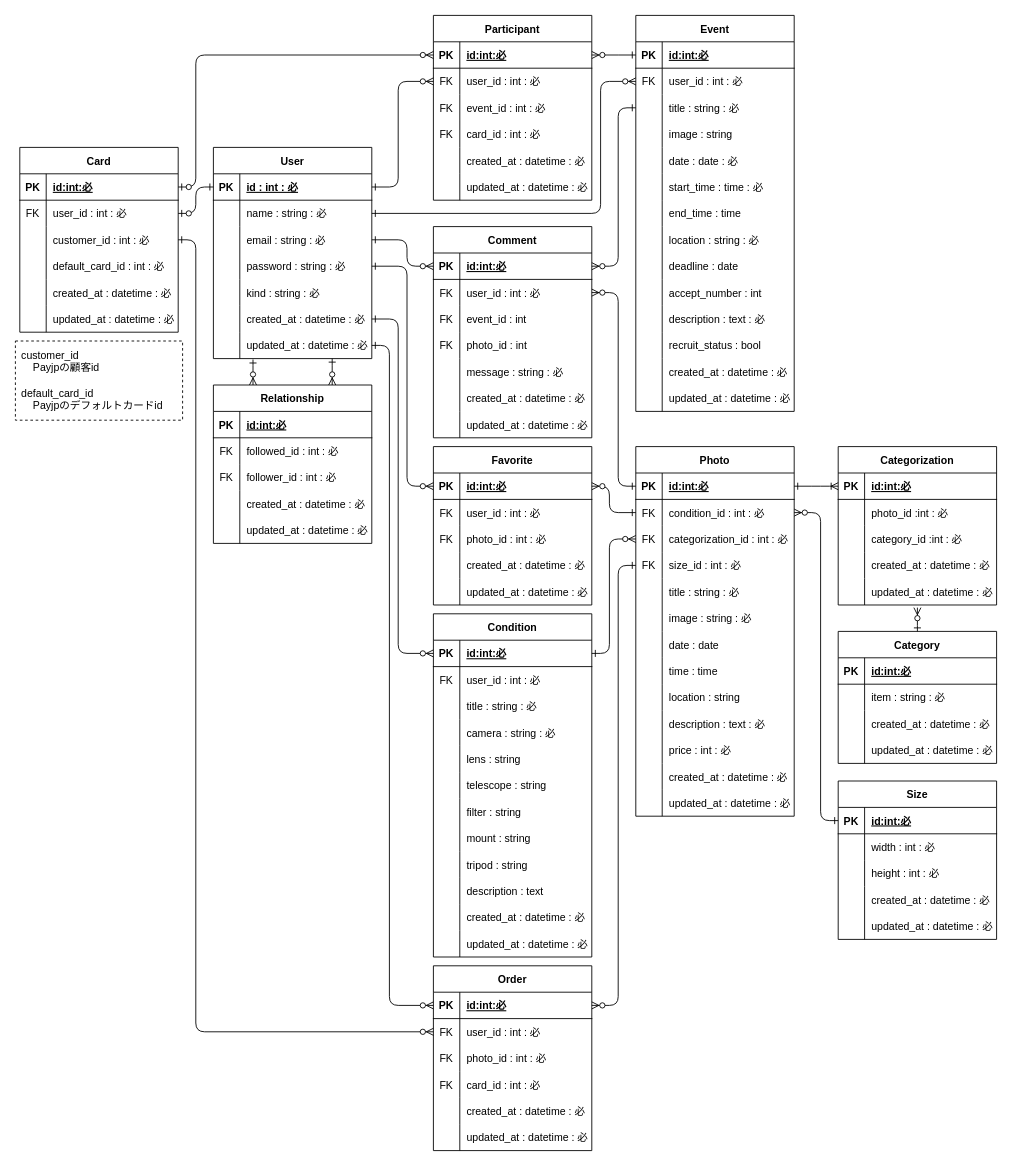
Before: outline/ERchart.drawio in UtaSuzuki/astrogram, a draw.io diagram. Source tidied: cells renumbered, new cells numbered last; positions are measured from the earlier drawing's top-left corner, leaving out a move shared by most shapes. Both pictures are drawn from the tidied source at 88%, with x=0, y=0 at pixel (15, 15).
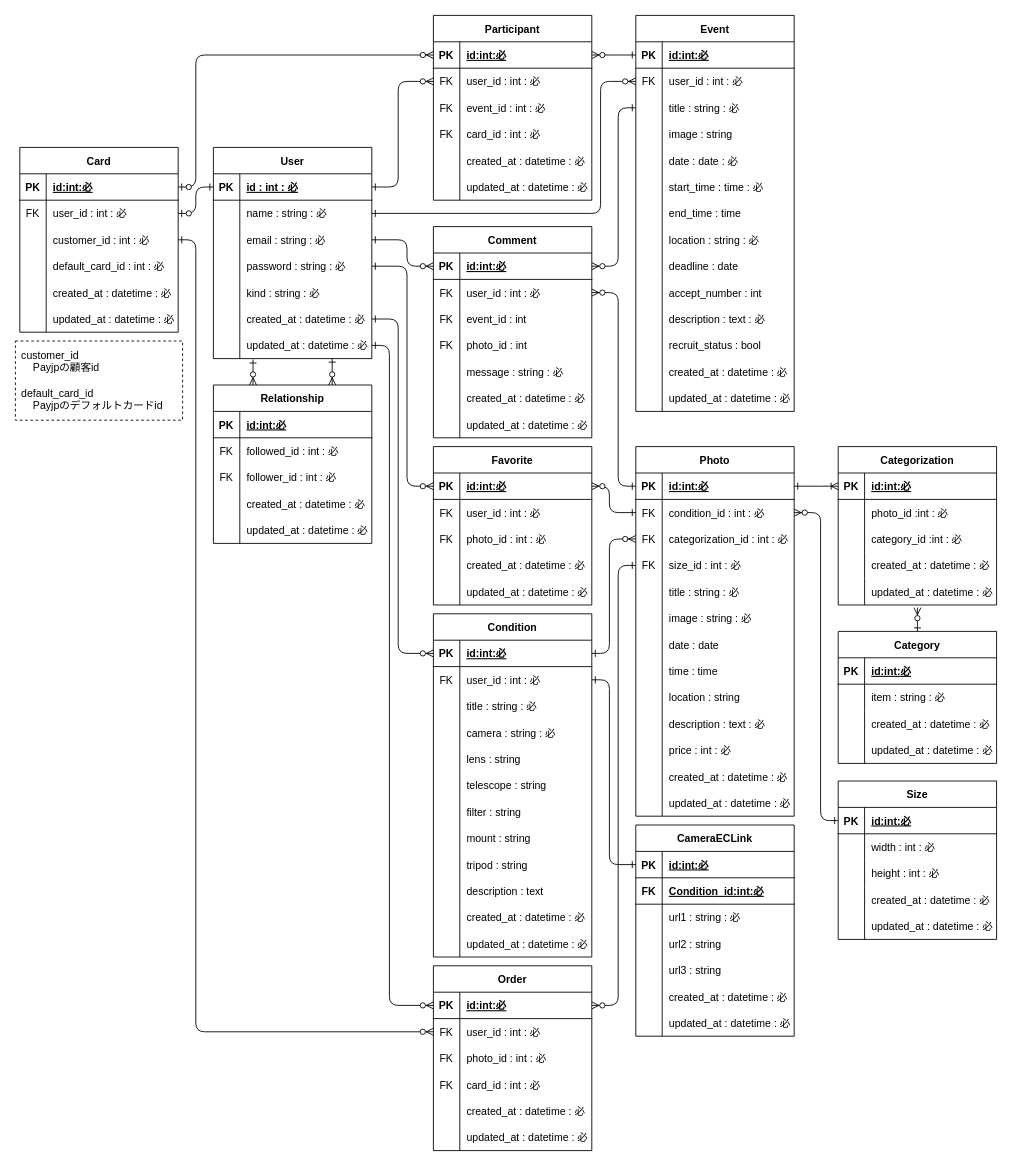
After the change.

The change refers to these unchanged cells:
```xml
<mxCell id="28" style="shape=partialRectangle;fillColor=none;top=0;left=0;bottom=0;right=0;points=[[0,0.5],[1,0.5]];portConstraint=eastwest;" parent="24" vertex="1">
  <mxGeometry y="60" width="180" height="30" as="geometry" />
</mxCell>
```

The edit, as a diff of the source:
```diff
@@
+    <mxCell id="321" value="CameraECLink" style="shape=table;startSize=30;childLayout=tableLayout;rowLines=0;fontStyle=1;align=center;" parent="1" vertex="1">
+      <mxGeometry x="705" y="920" width="180" height="240" as="geometry" />
+    </mxCell>
+    <mxCell id="322" style="shape=partialRectangle;fillColor=none;top=0;left=0;bottom=1;right=0;points=[[0,0.5],[1,0.5]];portConstraint=eastwest;" parent="321" vertex="1">
+      <mxGeometry y="30" width="180" height="30" as="geometry" />
+    </mxCell>
+    <mxCell id="323" value="PK" style="shape=partialRectangle;fillColor=none;top=0;left=0;bottom=0;right=0;fontStyle=1;overflow=hidden;" parent="322" vertex="1">
+      <mxGeometry width="30" height="30" as="geometry" />
+    </mxCell>
+    <mxCell id="324" value="id:int:必" style="shape=partialRectangle;fillColor=none;top=0;left=0;bottom=0;right=0;align=left;spacingLeft=6;fontStyle=5;overflow=hidden;" parent="322" vertex="1">
+      <mxGeometry x="30" width="150" height="30" as="geometry" />
+    </mxCell>
+    <mxCell id="325" style="shape=partialRectangle;fillColor=none;top=0;left=0;bottom=1;right=0;" parent="321" vertex="1">
+      <mxGeometry y="60" width="180" height="30" as="geometry" />
+    </mxCell>
+    <mxCell id="326" value="FK" style="shape=partialRectangle;fillColor=none;top=0;left=0;bottom=0;right=0;fontStyle=1;overflow=hidden;" parent="325" vertex="1">
+      <mxGeometry width="30" height="30" as="geometry" />
+    </mxCell>
+    <mxCell id="327" value="Condition_id:int:必" style="shape=partialRectangle;fillColor=none;top=0;left=0;bottom=0;right=0;align=left;spacingLeft=6;fontStyle=5;overflow=hidden;" parent="325" vertex="1">
+      <mxGeometry x="30" width="150" height="30" as="geometry" />
+    </mxCell>
+    <mxCell id="328" style="shape=partialRectangle;fillColor=none;top=0;left=0;bottom=0;right=0;" parent="321" vertex="1">
+      <mxGeometry y="90" width="180" height="30" as="geometry" />
+    </mxCell>
+    <mxCell id="329" style="shape=partialRectangle;fillColor=none;top=0;left=0;bottom=0;right=0;overflow=hidden;" parent="328" vertex="1">
+      <mxGeometry width="30" height="30" as="geometry" />
+    </mxCell>
+    <mxCell id="330" value="url1 : string : 必" style="shape=partialRectangle;fillColor=none;top=0;left=0;bottom=0;right=0;align=left;spacingLeft=6;overflow=hidden;" parent="328" vertex="1">
+      <mxGeometry x="30" width="150" height="30" as="geometry" />
+    </mxCell>
+    <mxCell id="331" style="shape=partialRectangle;fillColor=none;top=0;left=0;bottom=0;right=0;" parent="321" vertex="1">
+      <mxGeometry y="120" width="180" height="30" as="geometry" />
+    </mxCell>
+    <mxCell id="332" style="shape=partialRectangle;fillColor=none;top=0;left=0;bottom=0;right=0;overflow=hidden;" parent="331" vertex="1">
+      <mxGeometry width="30" height="30" as="geometry" />
+    </mxCell>
+    <mxCell id="333" value="url2 : string" style="shape=partialRectangle;fillColor=none;top=0;left=0;bottom=0;right=0;align=left;spacingLeft=6;overflow=hidden;" parent="331" vertex="1">
+      <mxGeometry x="30" width="150" height="30" as="geometry" />
+    </mxCell>
+    <mxCell id="334" style="shape=partialRectangle;fillColor=none;top=0;left=0;bottom=0;right=0;" parent="321" vertex="1">
+      <mxGeometry y="150" width="180" height="30" as="geometry" />
+    </mxCell>
+    <mxCell id="335" style="shape=partialRectangle;fillColor=none;top=0;left=0;bottom=0;right=0;overflow=hidden;" parent="334" vertex="1">
+      <mxGeometry width="30" height="30" as="geometry" />
+    </mxCell>
+    <mxCell id="336" value="url3 : string" style="shape=partialRectangle;fillColor=none;top=0;left=0;bottom=0;right=0;align=left;spacingLeft=6;overflow=hidden;" parent="334" vertex="1">
+      <mxGeometry x="30" width="150" height="30" as="geometry" />
+    </mxCell>
+    <mxCell id="337" style="shape=partialRectangle;fillColor=none;top=0;left=0;bottom=0;right=0;" parent="321" vertex="1">
+      <mxGeometry y="180" width="180" height="30" as="geometry" />
+    </mxCell>
+    <mxCell id="338" style="shape=partialRectangle;fillColor=none;top=0;left=0;bottom=0;right=0;overflow=hidden;" parent="337" vertex="1">
+      <mxGeometry width="30" height="30" as="geometry" />
+    </mxCell>
+    <mxCell id="339" value="created_at : datetime : 必" style="shape=partialRectangle;fillColor=none;top=0;left=0;bottom=0;right=0;align=left;spacingLeft=6;overflow=hidden;" parent="337" vertex="1">
+      <mxGeometry x="30" width="150" height="30" as="geometry" />
+    </mxCell>
+    <mxCell id="340" style="shape=partialRectangle;fillColor=none;top=0;left=0;bottom=0;right=0;" parent="321" vertex="1">
+      <mxGeometry y="210" width="180" height="30" as="geometry" />
+    </mxCell>
+    <mxCell id="341" style="shape=partialRectangle;fillColor=none;top=0;left=0;bottom=0;right=0;overflow=hidden;" parent="340" vertex="1">
+      <mxGeometry width="30" height="30" as="geometry" />
+    </mxCell>
+    <mxCell id="342" value="updated_at : datetime : 必" style="shape=partialRectangle;fillColor=none;top=0;left=0;bottom=0;right=0;align=left;spacingLeft=6;overflow=hidden;" parent="340" vertex="1">
+      <mxGeometry x="30" width="150" height="30" as="geometry" />
+    </mxCell>
+    <mxCell id="343" style="edgeStyle=elbowEdgeStyle;fontSize=12;html=1;endArrow=ERone;startArrow=ERone;exitX=1;exitY=0.5;exitDx=0;exitDy=0;entryX=0;entryY=0.5;entryDx=0;entryDy=0;startFill=0;endFill=0;" parent="1" edge="1" source="28" target="322">
+      <mxGeometry relative="1" as="geometry">
+        <Array as="points">
+          <mxPoint x="675" y="840" />
+          <mxPoint x="675" y="690" />
+          <mxPoint x="745" y="700" />
+          <mxPoint x="795" y="710" />
+        </Array>
+      </mxGeometry>
+    </mxCell>
```
